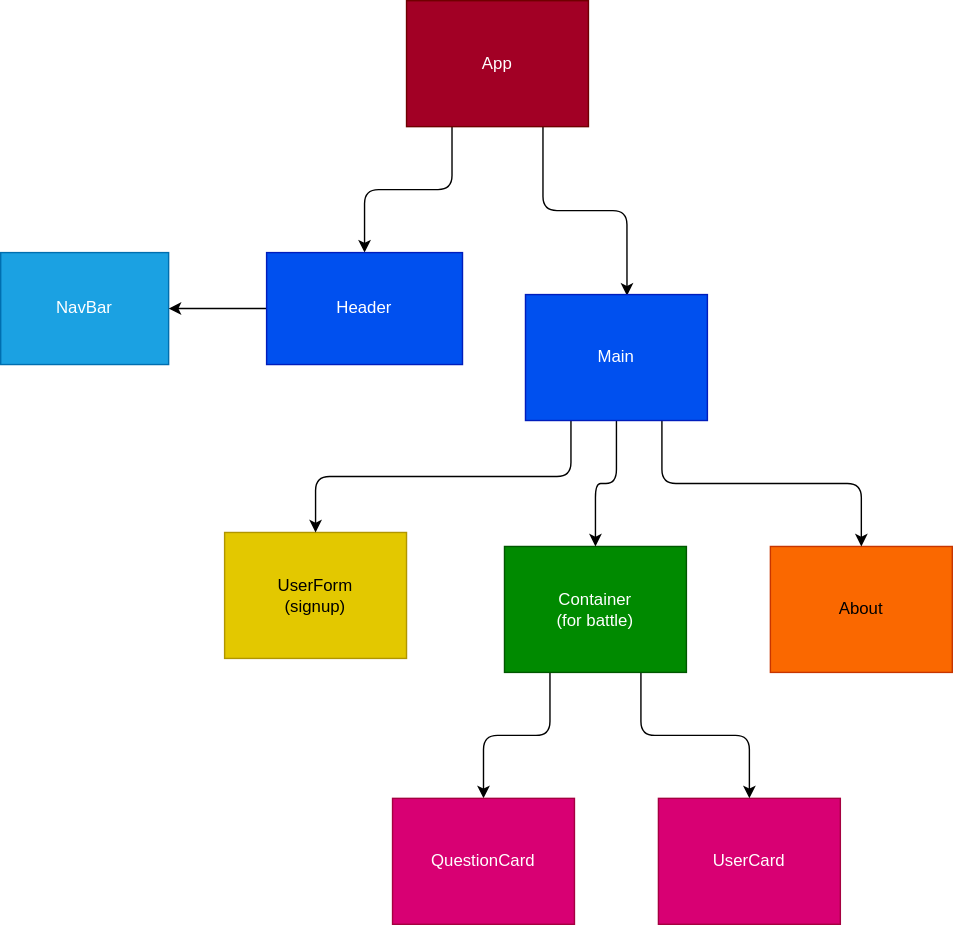
Before: components.drawio.svg, a diagram exported from draw.io (jng34/battle-on-rails). Source tidied: cells renumbered, new cells last; positions are measured from the earlier drawing's top-left corner, leaving out a move shared by most shapes.
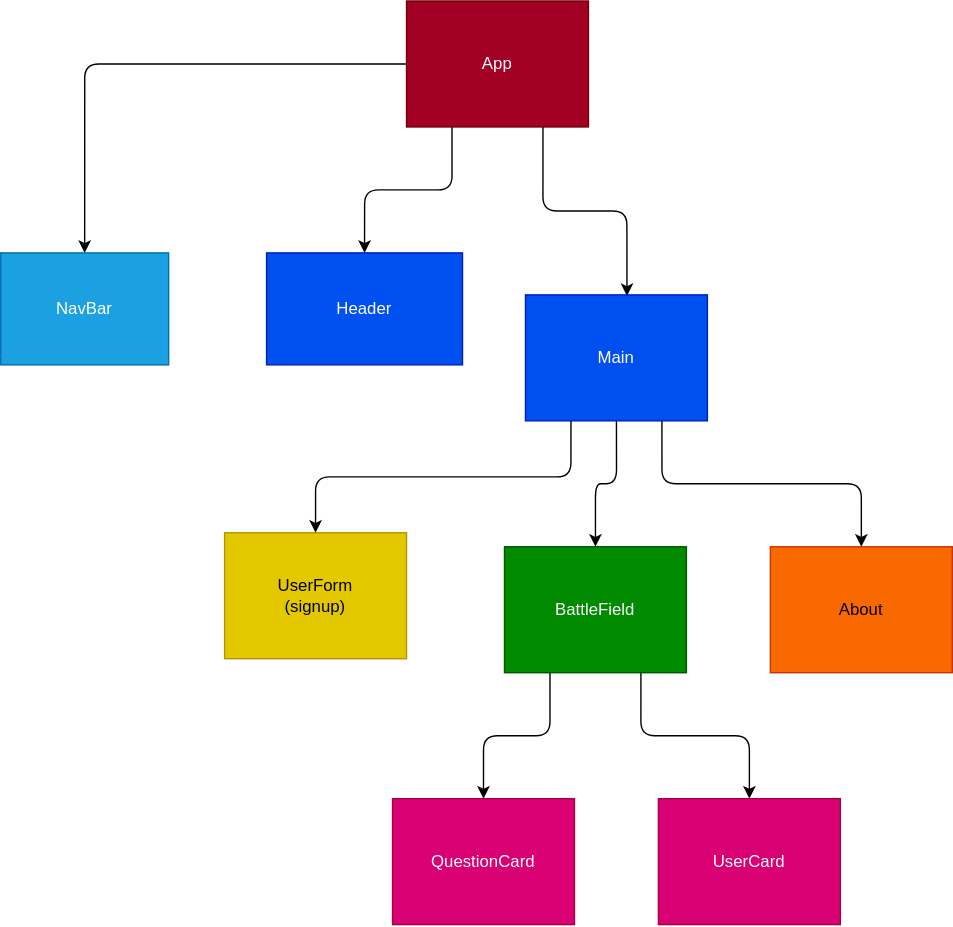
Later version of the same file.

Change to the diagram source:
```diff
@@ -8,6 +8,9 @@
     <mxCell id="3" style="edgeStyle=orthogonalEdgeStyle;html=1;exitX=0.75;exitY=1;exitDx=0;exitDy=0;entryX=0.558;entryY=0.009;entryDx=0;entryDy=0;entryPerimeter=0;" parent="1" edge="1" source="4" target="18">
       <mxGeometry relative="1" as="geometry" />
     </mxCell>
+    <mxCell id="19" style="edgeStyle=orthogonalEdgeStyle;html=1;exitX=0;exitY=0.5;exitDx=0;exitDy=0;entryX=0.5;entryY=0;entryDx=0;entryDy=0;" parent="1" edge="1" source="4" target="5">
+      <mxGeometry relative="1" as="geometry" />
+    </mxCell>
     <mxCell id="4" value="App" style="whiteSpace=wrap;html=1;fillColor=#a20025;fontColor=#ffffff;strokeColor=#6F0000;" parent="1" vertex="1">
       <mxGeometry x="290" width="130" height="90" as="geometry" />
     </mxCell>
@@ -26,7 +29,7 @@
     <mxCell id="9" style="edgeStyle=orthogonalEdgeStyle;html=1;exitX=0.75;exitY=1;exitDx=0;exitDy=0;" parent="1" edge="1" source="10" target="6">
       <mxGeometry relative="1" as="geometry" />
     </mxCell>
-    <mxCell id="10" value="Container&lt;br&gt;(for battle)" style="whiteSpace=wrap;html=1;fillColor=#008a00;fontColor=#ffffff;strokeColor=#005700;" parent="1" vertex="1">
+    <mxCell id="10" value="BattleField" style="whiteSpace=wrap;html=1;fillColor=#008a00;fontColor=#ffffff;strokeColor=#005700;" parent="1" vertex="1">
       <mxGeometry x="360" y="390" width="130" height="90" as="geometry" />
     </mxCell>
     <mxCell id="11" value="QuestionCard" style="whiteSpace=wrap;html=1;fillColor=#d80073;fontColor=#ffffff;strokeColor=#A50040;" parent="1" vertex="1">
@@ -35,9 +38,6 @@
     <mxCell id="12" value="About" style="whiteSpace=wrap;html=1;fillColor=#fa6800;fontColor=#000000;strokeColor=#C73500;" parent="1" vertex="1">
       <mxGeometry x="550" y="390" width="130" height="90" as="geometry" />
     </mxCell>
-    <mxCell id="13" style="edgeStyle=orthogonalEdgeStyle;html=1;exitX=0;exitY=0.5;exitDx=0;exitDy=0;entryX=1;entryY=0.5;entryDx=0;entryDy=0;" parent="1" edge="1" source="14" target="5">
-      <mxGeometry relative="1" as="geometry" />
-    </mxCell>
     <mxCell id="14" value="Header" style="whiteSpace=wrap;html=1;fillColor=#0050ef;fontColor=#ffffff;strokeColor=#001DBC;" parent="1" vertex="1">
       <mxGeometry x="190" y="180" width="140" height="80" as="geometry" />
     </mxCell>
```
